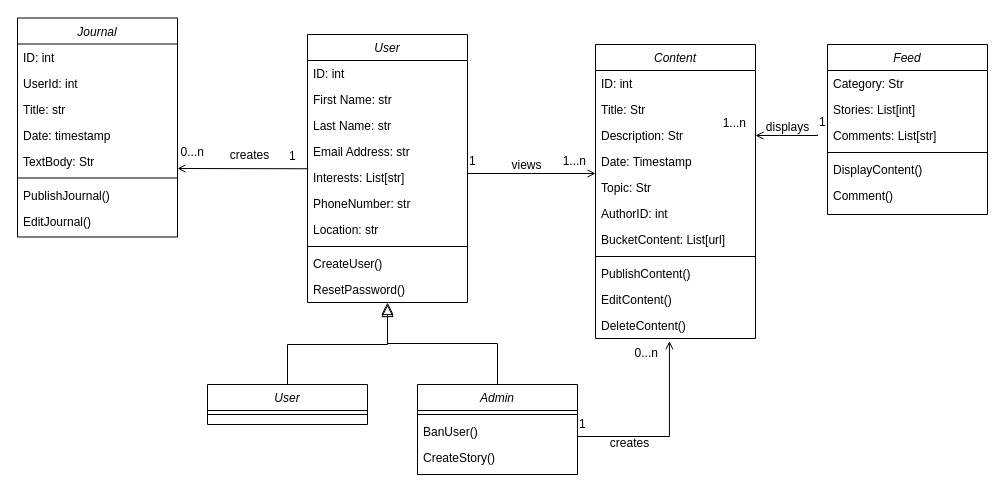
DinuWije/SMVS-Youth-App keeps this draw.io diagram as backend/python/app/ClassDiagram.drawio. Above is the earlier version. Source tidied: cells renumbered, new cells numbered last; positions are measured from the earlier drawing's top-left corner, leaving out a move shared by most shapes. Both pictures are drawn from the tidied source at 100%, with x=0, y=0 at pixel (17, 18).
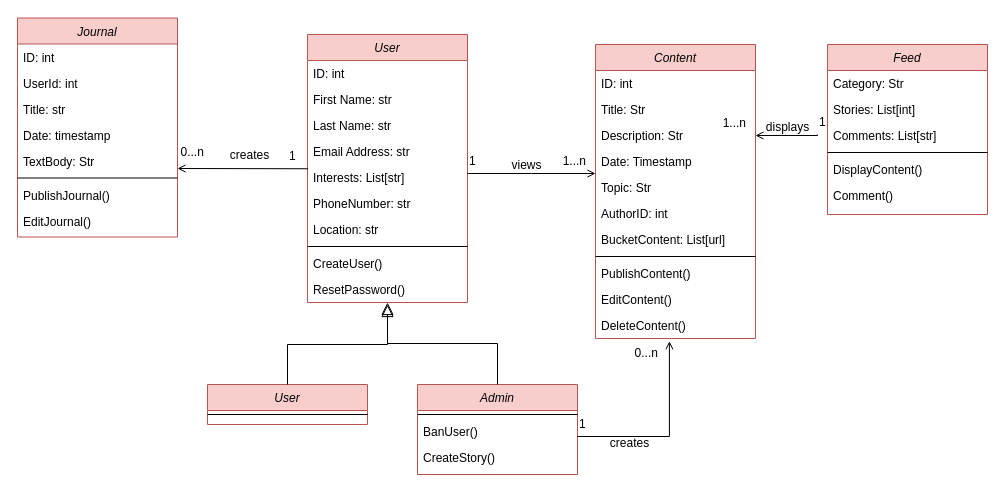
The same diagram, later.

Diff of the diagram source:
```diff
@@
-    <mxCell id="2" value="User" style="swimlane;fontStyle=2;align=center;verticalAlign=top;horizontal=1;startSize=26;rounded=0;shadow=0;strokeWidth=1;" parent="1" vertex="1">
+    <mxCell id="2" value="User" style="swimlane;fontStyle=2;align=center;verticalAlign=top;horizontal=1;startSize=26;rounded=0;shadow=0;strokeWidth=1;fillColor=#f8cecc;strokeColor=#b85450;" parent="1" vertex="1">
       <mxGeometry x="290" y="16" width="160" height="268" as="geometry" />
     </mxCell>
@@
-    <mxCell id="13" value="User" style="swimlane;fontStyle=2;align=center;verticalAlign=top;horizontal=1;startSize=26;rounded=0;shadow=0;strokeWidth=1;" parent="1" vertex="1">
+    <mxCell id="13" value="User" style="swimlane;fontStyle=2;align=center;verticalAlign=top;horizontal=1;startSize=26;rounded=0;shadow=0;strokeWidth=1;fillColor=#f8cecc;strokeColor=#b85450;" parent="1" vertex="1">
       <mxGeometry x="190" y="366" width="160" height="40" as="geometry" />
     </mxCell>
@@
-    <mxCell id="16" value="Admin" style="swimlane;fontStyle=2;align=center;verticalAlign=top;horizontal=1;startSize=26;rounded=0;shadow=0;strokeWidth=1;" parent="1" vertex="1">
+    <mxCell id="16" value="Admin" style="swimlane;fontStyle=2;align=center;verticalAlign=top;horizontal=1;startSize=26;rounded=0;shadow=0;strokeWidth=1;fillColor=#f8cecc;strokeColor=#b85450;" parent="1" vertex="1">
       <mxGeometry x="400" y="366" width="160" height="90" as="geometry" />
     </mxCell>
@@
-    <mxCell id="21" value="Content" style="swimlane;fontStyle=2;align=center;verticalAlign=top;horizontal=1;startSize=26;rounded=0;shadow=0;strokeWidth=1;" parent="1" vertex="1">
+    <mxCell id="21" value="Content" style="swimlane;fontStyle=2;align=center;verticalAlign=top;horizontal=1;startSize=26;rounded=0;shadow=0;strokeWidth=1;fillColor=#f8cecc;strokeColor=#b85450;" parent="1" vertex="1">
       <mxGeometry x="578" y="26" width="160" height="294" as="geometry" />
     </mxCell>
@@
-    <mxCell id="41" value="Feed" style="swimlane;fontStyle=2;align=center;verticalAlign=top;horizontal=1;startSize=26;rounded=0;shadow=0;strokeWidth=1;" parent="1" vertex="1">
+    <mxCell id="41" value="Feed" style="swimlane;fontStyle=2;align=center;verticalAlign=top;horizontal=1;startSize=26;rounded=0;shadow=0;strokeWidth=1;fillColor=#f8cecc;strokeColor=#b85450;" parent="1" vertex="1">
       <mxGeometry x="810" y="26" width="160" height="170" as="geometry" />
     </mxCell>
@@
-    <mxCell id="52" value="Journal" style="swimlane;fontStyle=2;align=center;verticalAlign=top;horizontal=1;startSize=26;rounded=0;shadow=0;strokeWidth=1;" parent="1" vertex="1">
+    <mxCell id="52" value="Journal" style="swimlane;fontStyle=2;align=center;verticalAlign=top;horizontal=1;startSize=26;rounded=0;shadow=0;strokeWidth=1;labelBackgroundColor=none;fillColor=#f8cecc;strokeColor=#b85450;" parent="1" vertex="1">
       <mxGeometry y="-0.5" width="160" height="219" as="geometry" />
     </mxCell>
```
